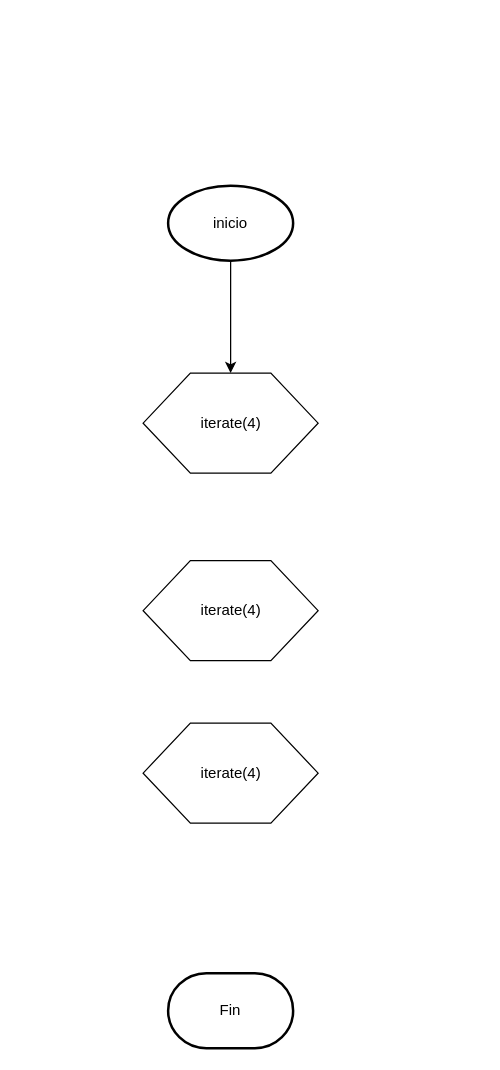
The draw.io diagram Gios_iterate.drawio in PedroJOH/Ejercicios_karel, before the edit. Source tidied: cells renumbered, new cells numbered last; positions are measured from the earlier drawing's top-left corner, leaving out a move shared by most shapes. Both pictures are drawn from the tidied source at 125%, with x=0, y=0 at pixel (142, 185).
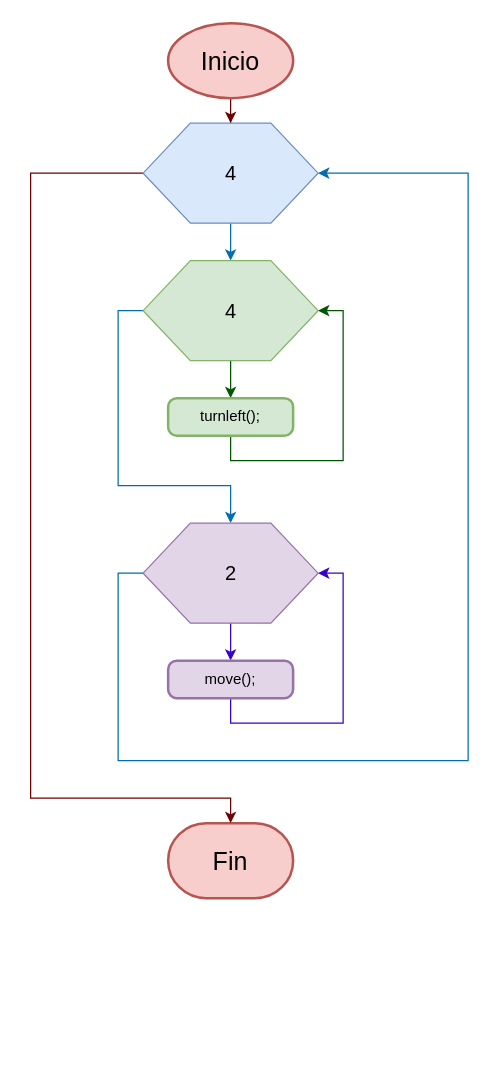
The same page after the edit.

Diff of the diagram source:
```diff
@@
-    <mxCell id="2" style="edgeStyle=orthogonalEdgeStyle;rounded=0;jettySize=auto;html=1;exitX=0.5;exitY=1;exitDx=0;exitDy=0;exitPerimeter=0;" parent="1" edge="1" source="3" target="5">
+    <mxCell id="2" style="edgeStyle=orthogonalEdgeStyle;rounded=0;jettySize=auto;html=1;exitX=0.5;exitY=1;exitDx=0;exitDy=0;exitPerimeter=0;fillColor=#a20025;strokeColor=#6F0000;" parent="1" edge="1" source="3" target="5">
       <mxGeometry relative="1" as="geometry" />
     </mxCell>
-    <mxCell id="3" value="inicio" style="strokeWidth=2;html=1;shape=mxgraph.flowchart.start_1;whiteSpace=wrap;" parent="1" vertex="1">
-      <mxGeometry x="20" width="100" height="60" as="geometry" />
+    <mxCell id="3" value="&lt;font style=&quot;font-size: 20px;&quot;&gt;Inicio&lt;/font&gt;" style="strokeWidth=2;html=1;shape=mxgraph.flowchart.start_1;whiteSpace=wrap;fillColor=#f8cecc;strokeColor=#b85450;" parent="1" vertex="1">
+      <mxGeometry x="20" y="-130" width="100" height="60" as="geometry" />
     </mxCell>
-    <mxCell id="4" value="Fin" style="strokeWidth=2;html=1;shape=mxgraph.flowchart.terminator;whiteSpace=wrap;" parent="1" vertex="1">
-      <mxGeometry x="20" y="630" width="100" height="60" as="geometry" />
+    <mxCell id="4" value="&lt;font style=&quot;font-size: 20px;&quot;&gt;Fin&lt;/font&gt;" style="strokeWidth=2;html=1;shape=mxgraph.flowchart.terminator;whiteSpace=wrap;fillColor=#f8cecc;strokeColor=#b85450;" parent="1" vertex="1">
+      <mxGeometry x="20" y="510" width="100" height="60" as="geometry" />
     </mxCell>
+    <mxCell id="8" style="edgeStyle=orthogonalEdgeStyle;rounded=0;jettySize=auto;html=1;fillColor=#a20025;strokeColor=#6F0000;" parent="1" edge="1" source="5" target="4">
+      <mxGeometry relative="1" as="geometry">
+        <Array as="points">
+          <mxPoint x="-90" y="-10" />
+          <mxPoint x="-90" y="490" />
+          <mxPoint x="70" y="490" />
+        </Array>
+      </mxGeometry>
+    </mxCell>
+    <mxCell id="9" style="edgeStyle=orthogonalEdgeStyle;rounded=0;jettySize=auto;html=1;exitX=0.5;exitY=1;exitDx=0;exitDy=0;fillColor=#1ba1e2;strokeColor=#006EAF;" parent="1" edge="1" source="5" target="7">
+      <mxGeometry relative="1" as="geometry" />
+    </mxCell>
-    <mxCell id="5" value="iterate(4)" style="verticalLabelPosition=middle;verticalAlign=middle;html=1;shape=hexagon;perimeter=hexagonPerimeter2;arcSize=6;size=0.27;labelPosition=center;align=center;" parent="1" vertex="1">
-      <mxGeometry y="150" width="140" height="80" as="geometry" />
+    <mxCell id="5" value="&lt;font style=&quot;font-size: 16px;&quot;&gt;4&lt;/font&gt;" style="verticalLabelPosition=middle;verticalAlign=middle;html=1;shape=hexagon;perimeter=hexagonPerimeter2;arcSize=6;size=0.27;labelPosition=center;align=center;fillColor=#dae8fc;strokeColor=#6c8ebf;" parent="1" vertex="1">
+      <mxGeometry y="-50" width="140" height="80" as="geometry" />
     </mxCell>
-    <mxCell id="6" value="iterate(4)" style="verticalLabelPosition=middle;verticalAlign=middle;html=1;shape=hexagon;perimeter=hexagonPerimeter2;arcSize=6;size=0.27;labelPosition=center;align=center;" parent="1" vertex="1">
-      <mxGeometry y="300" width="140" height="80" as="geometry" />
-    </mxCell>
+    <mxCell id="10" style="edgeStyle=orthogonalEdgeStyle;rounded=0;jettySize=auto;html=1;fillColor=#008a00;strokeColor=#005700;" parent="1" edge="1" source="7" target="13">
+      <mxGeometry relative="1" as="geometry" />
+    </mxCell>
+    <mxCell id="11" style="edgeStyle=orthogonalEdgeStyle;rounded=0;jettySize=auto;html=1;exitX=0;exitY=0.5;exitDx=0;exitDy=0;entryX=0.5;entryY=0;entryDx=0;entryDy=0;fillColor=#1ba1e2;strokeColor=#006EAF;" parent="1" edge="1" source="7">
+      <mxGeometry relative="1" as="geometry">
+        <mxPoint x="70" y="270" as="targetPoint" />
+        <Array as="points">
+          <mxPoint x="-20" y="100" />
+          <mxPoint x="-20" y="240" />
+          <mxPoint x="70" y="240" />
+        </Array>
+      </mxGeometry>
+    </mxCell>
-    <mxCell id="7" value="iterate(4)" style="verticalLabelPosition=middle;verticalAlign=middle;html=1;shape=hexagon;perimeter=hexagonPerimeter2;arcSize=6;size=0.27;labelPosition=center;align=center;" parent="1" vertex="1">
-      <mxGeometry y="430" width="140" height="80" as="geometry" />
+    <mxCell id="7" value="4" style="verticalLabelPosition=middle;verticalAlign=middle;html=1;shape=hexagon;perimeter=hexagonPerimeter2;arcSize=6;size=0.27;labelPosition=center;align=center;fillColor=#d5e8d4;strokeColor=#82b366;fontSize=16;" parent="1" vertex="1">
+      <mxGeometry y="60" width="140" height="80" as="geometry" />
     </mxCell>
+    <mxCell id="12" style="edgeStyle=orthogonalEdgeStyle;rounded=0;jettySize=auto;html=1;exitX=0.5;exitY=1;exitDx=0;exitDy=0;entryX=1;entryY=0.5;entryDx=0;entryDy=0;fillColor=#008a00;strokeColor=#005700;" parent="1" edge="1" source="13" target="7">
+      <mxGeometry relative="1" as="geometry">
+        <Array as="points">
+          <mxPoint x="70" y="220" />
+          <mxPoint x="160" y="220" />
+          <mxPoint x="160" y="100" />
+        </Array>
+      </mxGeometry>
+    </mxCell>
+    <mxCell id="13" value="turnleft();" style="rounded=1;whiteSpace=wrap;html=1;absoluteArcSize=1;arcSize=14;strokeWidth=2;fillColor=#d5e8d4;strokeColor=#82b366;fontSize=12;" parent="1" vertex="1">
+      <mxGeometry x="20" y="170" width="100" height="30" as="geometry" />
+    </mxCell>
+    <mxCell id="14" style="edgeStyle=orthogonalEdgeStyle;rounded=0;jettySize=auto;html=1;fillColor=#6a00ff;strokeColor=#3700CC;" parent="1" edge="1" source="16" target="18">
+      <mxGeometry relative="1" as="geometry">
+        <Array as="points">
+          <mxPoint x="70" y="360" />
+          <mxPoint x="70" y="360" />
+        </Array>
+      </mxGeometry>
+    </mxCell>
+    <mxCell id="15" style="edgeStyle=orthogonalEdgeStyle;rounded=0;jettySize=auto;html=1;exitX=0;exitY=0.5;exitDx=0;exitDy=0;entryX=1;entryY=0.5;entryDx=0;entryDy=0;fillColor=#1ba1e2;strokeColor=#006EAF;" parent="1" edge="1" source="16" target="5">
+      <mxGeometry relative="1" as="geometry">
+        <Array as="points">
+          <mxPoint x="-20" y="310" />
+          <mxPoint x="-20" y="460" />
+          <mxPoint x="260" y="460" />
+          <mxPoint x="260" y="-10" />
+        </Array>
+      </mxGeometry>
+    </mxCell>
+    <mxCell id="16" value="2" style="verticalLabelPosition=middle;verticalAlign=middle;html=1;shape=hexagon;perimeter=hexagonPerimeter2;arcSize=6;size=0.27;labelPosition=center;align=center;fillColor=#e1d5e7;strokeColor=#9673a6;fontSize=16;" parent="1" vertex="1">
+      <mxGeometry y="270" width="140" height="80" as="geometry" />
+    </mxCell>
+    <mxCell id="17" style="edgeStyle=orthogonalEdgeStyle;rounded=0;jettySize=auto;html=1;exitX=0.5;exitY=1;exitDx=0;exitDy=0;entryX=1;entryY=0.5;entryDx=0;entryDy=0;fillColor=#6a00ff;strokeColor=#3700CC;" parent="1" edge="1" source="18" target="16">
+      <mxGeometry relative="1" as="geometry">
+        <Array as="points">
+          <mxPoint x="70" y="430" />
+          <mxPoint x="160" y="430" />
+          <mxPoint x="160" y="310" />
+        </Array>
+      </mxGeometry>
+    </mxCell>
+    <mxCell id="18" value="move();" style="rounded=1;whiteSpace=wrap;html=1;absoluteArcSize=1;arcSize=14;strokeWidth=2;fillColor=#e1d5e7;strokeColor=#9673a6;" parent="1" vertex="1">
+      <mxGeometry x="20" y="380" width="100" height="30" as="geometry" />
+    </mxCell>
```
